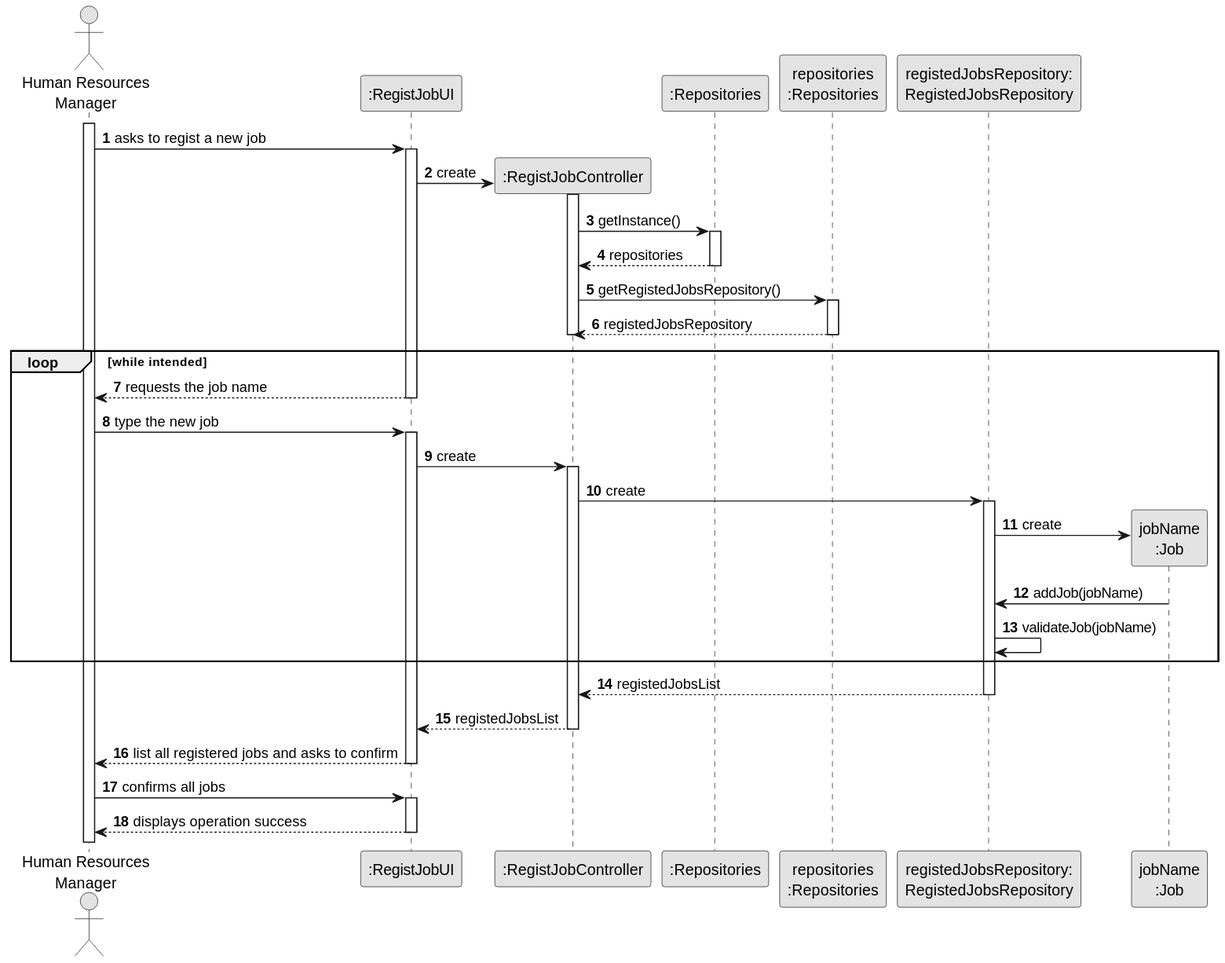
The PlantUML diagram docs/sprint2/us002/03.design/svg/us002-sequence-diagram-full.svg in 1231360-ISEP/lei-24-s2-1db-g021, before a commit.
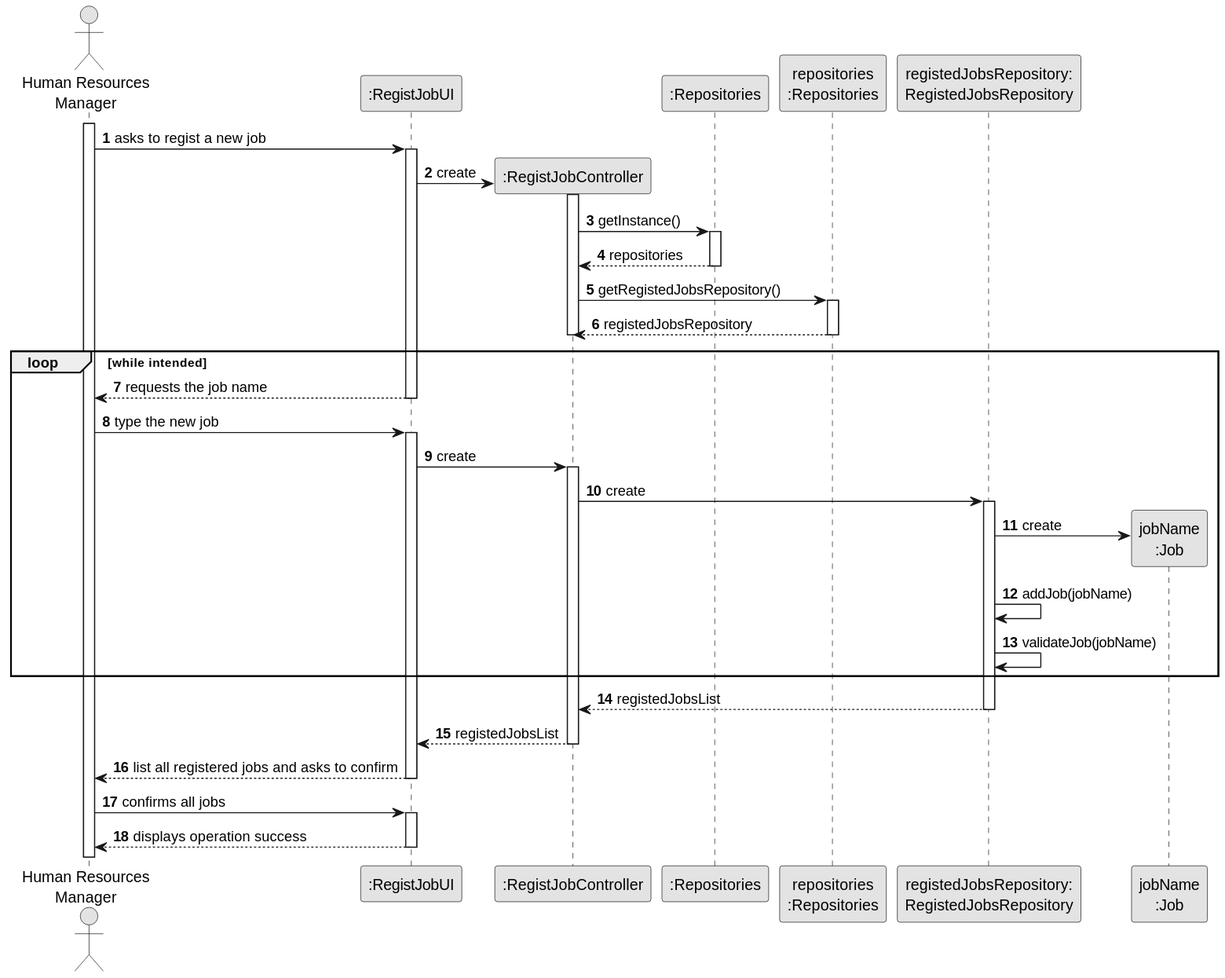
After the change.

The edit, as a diff of the source:
```diff
@@ -14,61 +14,59 @@
 autonumber 1
 
 activate HRM
+    HRM -> UI : asks to regist a new job
 
-    HRM -> UI : asks to regist a new job
     activate UI
-
         UI -> CTRL** : create
 
         activate CTRL
+            CTRL -> RepositorySingleton : getInstance()
 
-        CTRL -> RepositorySingleton : getInstance()
-        activate RepositorySingleton
+            activate RepositorySingleton
+                RepositorySingleton --> CTRL: repositories
+            deactivate RepositorySingleton
 
-            RepositorySingleton --> CTRL: repositories
-        deactivate RepositorySingleton
+            CTRL -> PLAT : getRegistedJobsRepository()
 
-        CTRL -> PLAT : getRegistedJobsRepository()
-        activate PLAT
-
-            PLAT --> CTRL: registedJobsRepository
-        deactivate PLAT
+            activate PLAT
+                PLAT --> CTRL: registedJobsRepository
+            deactivate PLAT
 
         deactivate CTRL
 
-    loop while intended
+        loop while intended
             UI --> HRM : requests the job name
-        deactivate UI
 
-        HRM -> UI : type the new job
-        activate UI
-            UI -> CTRL: create
+    deactivate UI
+
+    HRM -> UI : type the new job
+
+    activate UI
+        UI -> CTRL: create
+
         activate CTRL
-
             CTRL -> RegistedJobsRepository : create
 
             activate RegistedJobsRepository
+                RegistedJobsRepository -> PROFISSAO**: create
+                RegistedJobsRepository -> RegistedJobsRepository: addJob(jobName)
+                RegistedJobsRepository -> RegistedJobsRepository: validateJob(jobName)
 
-                RegistedJobsRepository -> PROFISSAO**: create
-                PROFISSAO -> RegistedJobsRepository: addJob(jobName)
-
-                    RegistedJobsRepository -> RegistedJobsRepository: validateJob(jobName)
-
-    end
+        end
                 RegistedJobsRepository --> CTRL : registedJobsList
             deactivate RegistedJobsRepository
 
             CTRL --> UI : registedJobsList
+
         deactivate CTRL
 
         UI --> HRM : list all registered jobs and asks to confirm
 
-            deactivate CTRL
-        deactivate UI
+    deactivate UI
 
     HRM -> UI : confirms all jobs
+
     activate UI
-
     UI --> HRM : displays operation success
     deactivate UI
 @enduml
```
